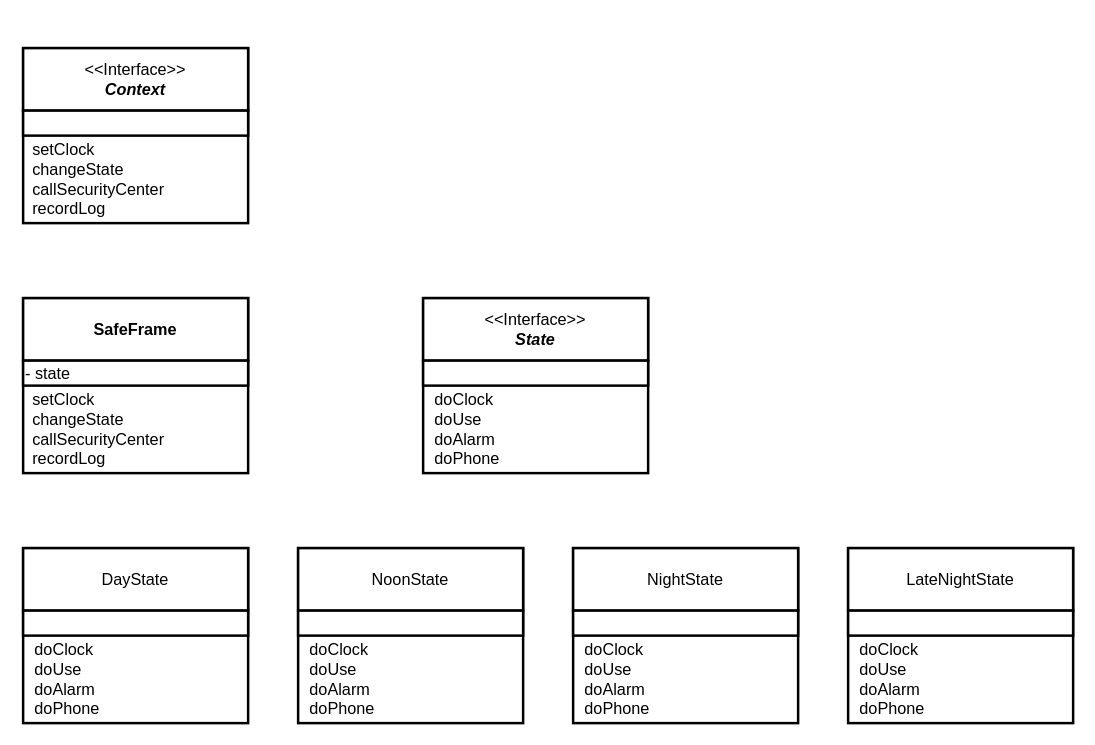
Earlier version of the draw.io diagram Untitled Diagram.drawio (HYEONJI-K/2021). Source tidied: cells renumbered, new cells numbered last; positions are measured from the earlier drawing's top-left corner, leaving out a move shared by most shapes. Both pictures are drawn from the tidied source at 125%, with x=0, y=0 at pixel (22, 48).
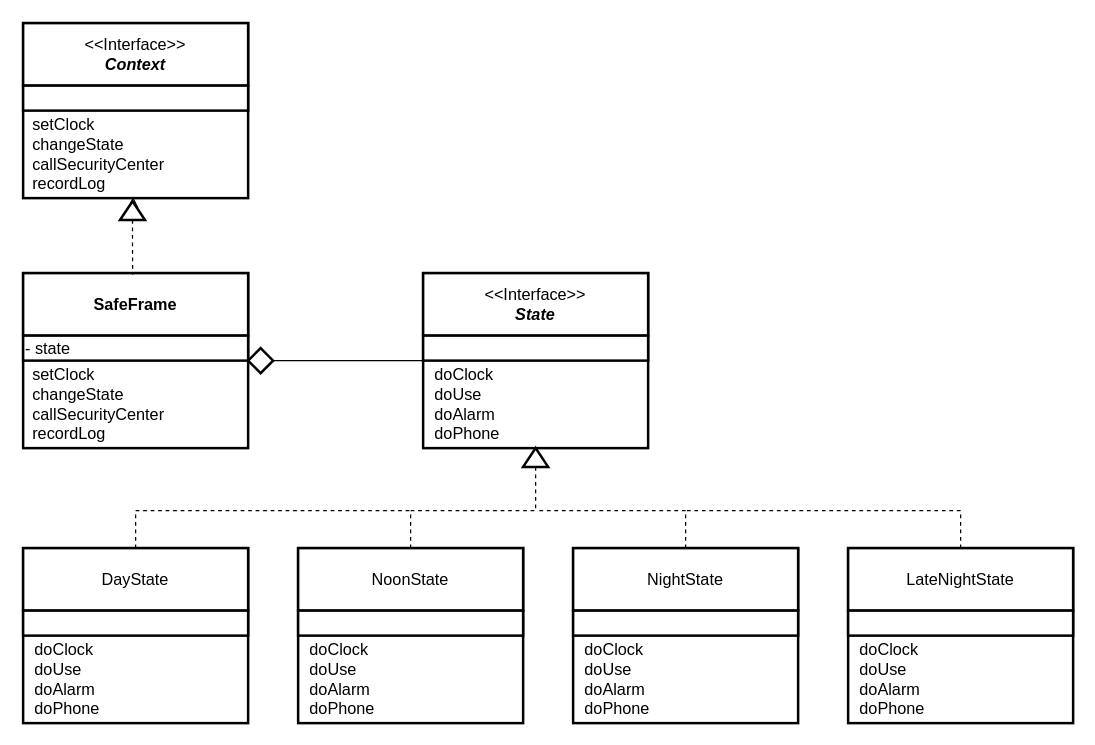
The same diagram, later.

The change refers to these unchanged cells:
```xml
<mxCell id="16" value="DayState" style="rounded=0;whiteSpace=wrap;html=1;fontSize=13;strokeWidth=2;" parent="1" vertex="1">
  <mxGeometry y="400" width="180" height="50" as="geometry" />
</mxCell>
<mxCell id="20" value="NoonState" style="rounded=0;whiteSpace=wrap;html=1;fontSize=13;strokeWidth=2;" parent="1" vertex="1">
  <mxGeometry x="220" y="400" width="180" height="50" as="geometry" />
</mxCell>
<mxCell id="24" value="NightState" style="rounded=0;whiteSpace=wrap;html=1;fontSize=13;strokeWidth=2;" parent="1" vertex="1">
  <mxGeometry x="440" y="400" width="180" height="50" as="geometry" />
</mxCell>
<mxCell id="28" value="LateNightState" style="rounded=0;whiteSpace=wrap;html=1;fontSize=13;strokeWidth=2;" parent="1" vertex="1">
  <mxGeometry x="660" y="400" width="180" height="50" as="geometry" />
</mxCell>
```

Diff of the diagram source:
```diff
@@
     <mxCell id="2" style="rounded=0;whiteSpace=wrap;html=1;fontSize=13;strokeWidth=2;" parent="1" vertex="1">
-      <mxGeometry width="180" height="140" as="geometry" />
+      <mxGeometry y="-20" width="180" height="140" as="geometry" />
     </mxCell>
     <mxCell id="3" value="&lt;div style=&quot;text-align: left ; font-size: 13px&quot;&gt;&lt;span style=&quot;font-size: 13px&quot;&gt;setClock&lt;/span&gt;&lt;/div&gt;&lt;div style=&quot;text-align: left ; font-size: 13px&quot;&gt;&lt;span style=&quot;font-size: 13px&quot;&gt;changeState&lt;/span&gt;&lt;/div&gt;&lt;div style=&quot;text-align: left ; font-size: 13px&quot;&gt;&lt;span style=&quot;font-size: 13px&quot;&gt;callSecurityCenter&lt;/span&gt;&lt;/div&gt;&lt;div style=&quot;text-align: left ; font-size: 13px&quot;&gt;&lt;span style=&quot;font-size: 13px&quot;&gt;recordLog&lt;/span&gt;&lt;/div&gt;" style="text;html=1;align=center;verticalAlign=middle;points=[];strokeColor=none;strokeWidth=2;fontSize=13;" parent="1" vertex="1">
-      <mxGeometry y="70" width="120" height="70" as="geometry" />
+      <mxGeometry y="50" width="120" height="70" as="geometry" />
     </mxCell>
     <mxCell id="4" value="&amp;lt;&amp;lt;Interface&amp;gt;&amp;gt;&lt;br&gt;&lt;b&gt;&lt;i&gt;Context&lt;/i&gt;&lt;/b&gt;" style="rounded=0;whiteSpace=wrap;html=1;fontSize=13;strokeWidth=2;" parent="1" vertex="1">
-      <mxGeometry width="180" height="50" as="geometry" />
+      <mxGeometry y="-20" width="180" height="50" as="geometry" />
     </mxCell>
     <mxCell id="5" style="rounded=0;whiteSpace=wrap;html=1;fontSize=13;strokeWidth=2;" parent="1" vertex="1">
-      <mxGeometry y="50" width="180" height="20" as="geometry" />
+      <mxGeometry y="30" width="180" height="20" as="geometry" />
     </mxCell>
     <mxCell id="6" style="rounded=0;whiteSpace=wrap;html=1;fontSize=13;strokeWidth=2;" parent="1" vertex="1">
-      <mxGeometry y="200" width="180" height="140" as="geometry" />
+      <mxGeometry y="180" width="180" height="140" as="geometry" />
     </mxCell>
     <mxCell id="7" value="&lt;div style=&quot;text-align: left ; font-size: 13px&quot;&gt;&lt;span style=&quot;font-size: 13px&quot;&gt;setClock&lt;/span&gt;&lt;/div&gt;&lt;div style=&quot;text-align: left ; font-size: 13px&quot;&gt;&lt;span style=&quot;font-size: 13px&quot;&gt;changeState&lt;/span&gt;&lt;/div&gt;&lt;div style=&quot;text-align: left ; font-size: 13px&quot;&gt;&lt;span style=&quot;font-size: 13px&quot;&gt;callSecurityCenter&lt;/span&gt;&lt;/div&gt;&lt;div style=&quot;text-align: left ; font-size: 13px&quot;&gt;&lt;span style=&quot;font-size: 13px&quot;&gt;recordLog&lt;/span&gt;&lt;/div&gt;" style="text;html=1;align=center;verticalAlign=middle;strokeColor=none;strokeWidth=2;fontSize=13;" parent="1" vertex="1">
-      <mxGeometry y="270" width="120" height="70" as="geometry" />
+      <mxGeometry y="250" width="120" height="70" as="geometry" />
     </mxCell>
+    <mxCell id="30" style="edgeStyle=orthogonalEdgeStyle;rounded=0;jettySize=auto;html=1;exitX=0.5;exitY=0;exitDx=0;exitDy=0;entryX=0.733;entryY=0.986;entryDx=0;entryDy=0;entryPerimeter=0;fontSize=13;dashed=1;endArrow=block;endFill=0;startArrow=none;" parent="1" edge="1" source="39" target="3">
+      <mxGeometry relative="1" as="geometry" />
+    </mxCell>
     <mxCell id="8" value="&lt;b&gt;SafeFrame&lt;/b&gt;" style="rounded=0;whiteSpace=wrap;html=1;fontSize=13;strokeWidth=2;" parent="1" vertex="1">
-      <mxGeometry y="200" width="180" height="50" as="geometry" />
+      <mxGeometry y="180" width="180" height="50" as="geometry" />
     </mxCell>
+    <mxCell id="31" style="edgeStyle=orthogonalEdgeStyle;rounded=0;jettySize=auto;html=1;exitX=1;exitY=1;exitDx=0;exitDy=0;entryX=0;entryY=1;entryDx=0;entryDy=0;fontSize=13;endArrow=none;endFill=0;startArrow=diamond;startFill=1;" parent="1" edge="1" source="9" target="13">
+      <mxGeometry relative="1" as="geometry">
+        <Array as="points">
+          <mxPoint x="260" y="250" />
+          <mxPoint x="260" y="250" />
+        </Array>
+      </mxGeometry>
+    </mxCell>
     <mxCell id="9" value="- state" style="rounded=0;whiteSpace=wrap;html=1;fontSize=13;strokeWidth=2;align=left;" parent="1" vertex="1">
-      <mxGeometry y="250" width="180" height="20" as="geometry" />
+      <mxGeometry y="230" width="180" height="20" as="geometry" />
     </mxCell>
     <mxCell id="10" style="rounded=0;whiteSpace=wrap;html=1;fontSize=13;strokeWidth=2;" parent="1" vertex="1">
-      <mxGeometry x="320" y="200" width="180" height="140" as="geometry" />
+      <mxGeometry x="320" y="180" width="180" height="140" as="geometry" />
     </mxCell>
     <mxCell id="11" value="&lt;div style=&quot;text-align: left ; font-size: 13px&quot;&gt;&lt;span style=&quot;font-size: 13px&quot;&gt;doClock&lt;/span&gt;&lt;/div&gt;&lt;div style=&quot;text-align: left ; font-size: 13px&quot;&gt;doUse&lt;/div&gt;&lt;div style=&quot;text-align: left ; font-size: 13px&quot;&gt;doAlarm&lt;/div&gt;&lt;div style=&quot;text-align: left ; font-size: 13px&quot;&gt;doPhone&lt;/div&gt;" style="text;html=1;align=center;verticalAlign=middle;strokeColor=none;strokeWidth=2;fontSize=13;" parent="1" vertex="1">
-      <mxGeometry x="320" y="270" width="70" height="70" as="geometry" />
+      <mxGeometry x="320" y="250" width="70" height="70" as="geometry" />
     </mxCell>
     <mxCell id="12" value="&amp;lt;&amp;lt;Interface&amp;gt;&amp;gt;&lt;br&gt;&lt;b&gt;&lt;i&gt;State&lt;/i&gt;&lt;/b&gt;" style="rounded=0;whiteSpace=wrap;html=1;fontSize=13;strokeWidth=2;" parent="1" vertex="1">
-      <mxGeometry x="320" y="200" width="180" height="50" as="geometry" />
+      <mxGeometry x="320" y="180" width="180" height="50" as="geometry" />
     </mxCell>
     <mxCell id="13" style="rounded=0;whiteSpace=wrap;html=1;fontSize=13;strokeWidth=2;" parent="1" vertex="1">
-      <mxGeometry x="320" y="250" width="180" height="20" as="geometry" />
+      <mxGeometry x="320" y="230" width="180" height="20" as="geometry" />
     </mxCell>
@@
+    <mxCell id="32" style="edgeStyle=orthogonalEdgeStyle;rounded=0;jettySize=auto;html=1;exitX=0.5;exitY=0;exitDx=0;exitDy=0;dashed=1;fontSize=13;startArrow=none;startFill=0;endArrow=none;endFill=0;" parent="1" edge="1" source="16">
+      <mxGeometry relative="1" as="geometry">
+        <mxPoint x="310" y="370" as="targetPoint" />
+        <Array as="points">
+          <mxPoint x="90" y="370" />
+        </Array>
+      </mxGeometry>
+    </mxCell>
@@
+    <mxCell id="33" style="edgeStyle=orthogonalEdgeStyle;rounded=0;jettySize=auto;html=1;exitX=0.5;exitY=0;exitDx=0;exitDy=0;entryX=0.5;entryY=1;entryDx=0;entryDy=0;fontSize=13;startArrow=none;startFill=0;endArrow=block;endFill=0;dashed=1;" parent="1" edge="1" source="20" target="10">
+      <mxGeometry relative="1" as="geometry">
+        <Array as="points">
+          <mxPoint x="310" y="370" />
+          <mxPoint x="410" y="370" />
+        </Array>
+      </mxGeometry>
+    </mxCell>
@@
+    <mxCell id="34" style="edgeStyle=orthogonalEdgeStyle;rounded=0;jettySize=auto;html=1;exitX=0.5;exitY=0;exitDx=0;exitDy=0;dashed=1;fontSize=13;startArrow=none;startFill=0;endArrow=none;endFill=0;" parent="1" edge="1" source="24">
+      <mxGeometry relative="1" as="geometry">
+        <mxPoint x="410" y="370" as="targetPoint" />
+        <Array as="points">
+          <mxPoint x="530" y="370" />
+        </Array>
+      </mxGeometry>
+    </mxCell>
@@
+    <mxCell id="35" style="edgeStyle=orthogonalEdgeStyle;rounded=0;jettySize=auto;html=1;exitX=0.5;exitY=0;exitDx=0;exitDy=0;dashed=1;fontSize=13;startArrow=none;startFill=0;endArrow=none;endFill=0;" parent="1" edge="1" source="28">
+      <mxGeometry relative="1" as="geometry">
+        <mxPoint x="530" y="370" as="targetPoint" />
+        <Array as="points">
+          <mxPoint x="750" y="370" />
+        </Array>
+      </mxGeometry>
+    </mxCell>
@@
+    <mxCell id="36" style="rhombus;whiteSpace=wrap;html=1;fontSize=13;strokeWidth=2;" parent="1" vertex="1">
+      <mxGeometry x="180" y="240" width="20" height="20" as="geometry" />
+    </mxCell>
+    <mxCell id="37" style="triangle;whiteSpace=wrap;html=1;fontSize=13;strokeWidth=2;rotation=-90;" parent="1" vertex="1">
+      <mxGeometry x="402.5" y="317.5" width="15" height="20" as="geometry" />
+    </mxCell>
+    <mxCell id="38" style="edgeStyle=orthogonalEdgeStyle;rounded=0;jettySize=auto;html=1;exitX=0;exitY=0.5;exitDx=0;exitDy=0;entryX=0.487;entryY=0.024;entryDx=0;entryDy=0;entryPerimeter=0;dashed=1;fontSize=13;startArrow=none;startFill=0;endArrow=none;endFill=0;" parent="1" edge="1" source="39" target="8">
+      <mxGeometry relative="1" as="geometry" />
+    </mxCell>
+    <mxCell id="39" style="triangle;whiteSpace=wrap;html=1;fontSize=13;strokeWidth=2;rotation=-90;" parent="1" vertex="1">
+      <mxGeometry x="80" y="120" width="15" height="20" as="geometry" />
+    </mxCell>
```
